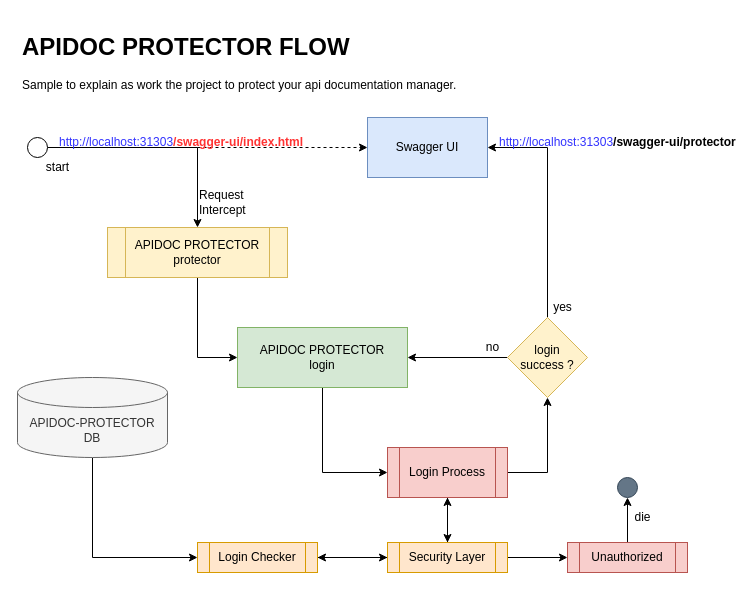
The draw.io diagram page "Flow" (1 of 16) of midias/diagram-flow.drawio in huntercodexs/apidocprotector, before the edit. Source tidied: cells renumbered, new cells numbered last; positions are measured from the earlier drawing's top-left corner, leaving out a move shared by most shapes. Both pictures are drawn from the tidied source at 100%, with x=0, y=0 at pixel (17, 27).
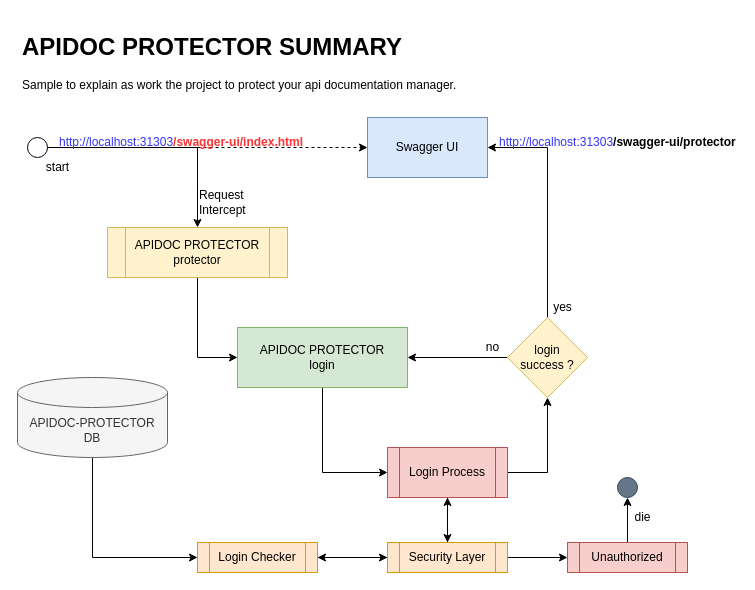
The same page after the edit.

Commit message (it also covers changes not shown here):
update: Added new information and Diagrams Flow

Change to the diagram source:
```diff
@@
-    <mxCell id="9" value="&lt;h1&gt;APIDOC PROTECTOR FLOW&lt;br&gt;&lt;/h1&gt;&lt;p&gt;Sample to explain as work the project to protect your api documentation manager.&lt;/p&gt;" style="text;html=1;strokeColor=none;fillColor=none;spacing=5;spacingTop=-20;whiteSpace=wrap;overflow=hidden;rounded=0;" parent="1" vertex="1">
+    <mxCell id="9" value="&lt;h1&gt;APIDOC PROTECTOR SUMMARY&lt;br&gt;&lt;/h1&gt;&lt;p&gt;Sample to explain as work the project to protect your api documentation manager.&lt;/p&gt;" style="text;html=1;strokeColor=none;fillColor=none;spacing=5;spacingTop=-20;whiteSpace=wrap;overflow=hidden;rounded=0;" parent="1" vertex="1">
       <mxGeometry width="490" height="80" as="geometry" />
     </mxCell>
```
